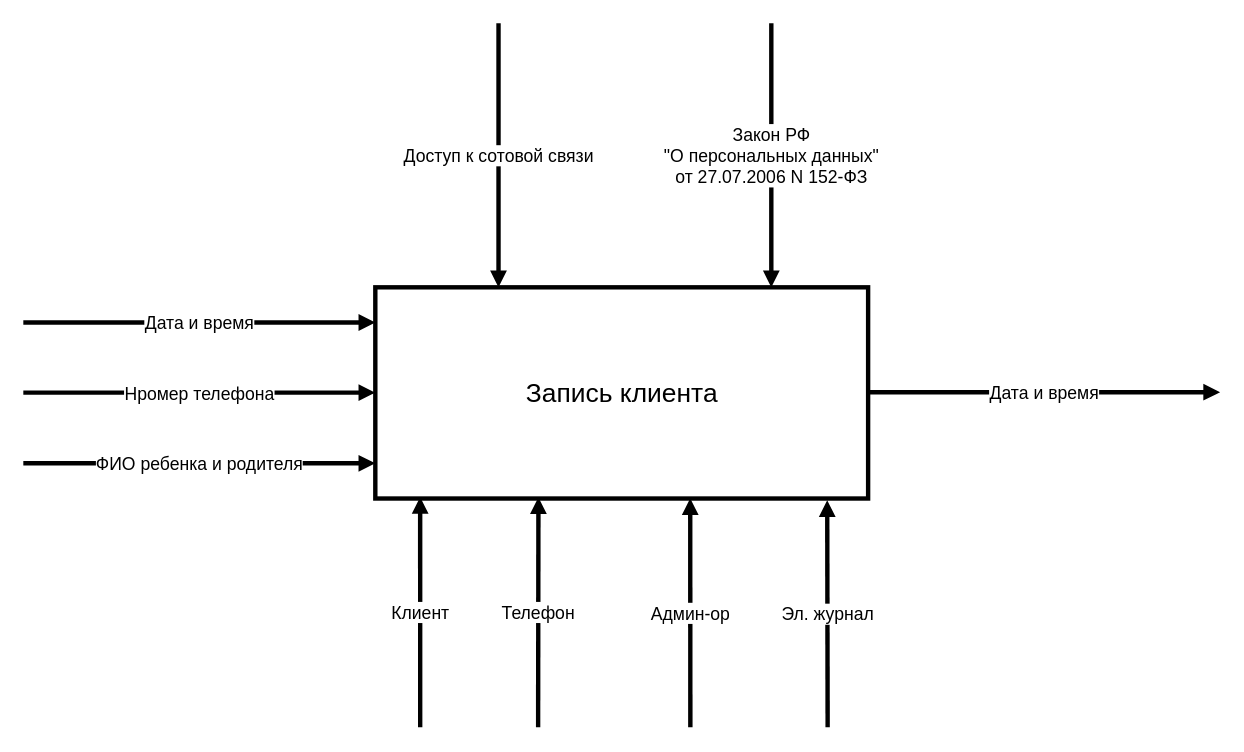
Earlier version of the draw.io diagram Untitled Diagram.drawio (kirillgladkih/diplom). Source tidied: cells renumbered, new cells numbered last; positions are measured from the earlier drawing's top-left corner, leaving out a move shared by most shapes. Both pictures are drawn from the tidied source at 88%, with x=0, y=0 at pixel (23, 23).
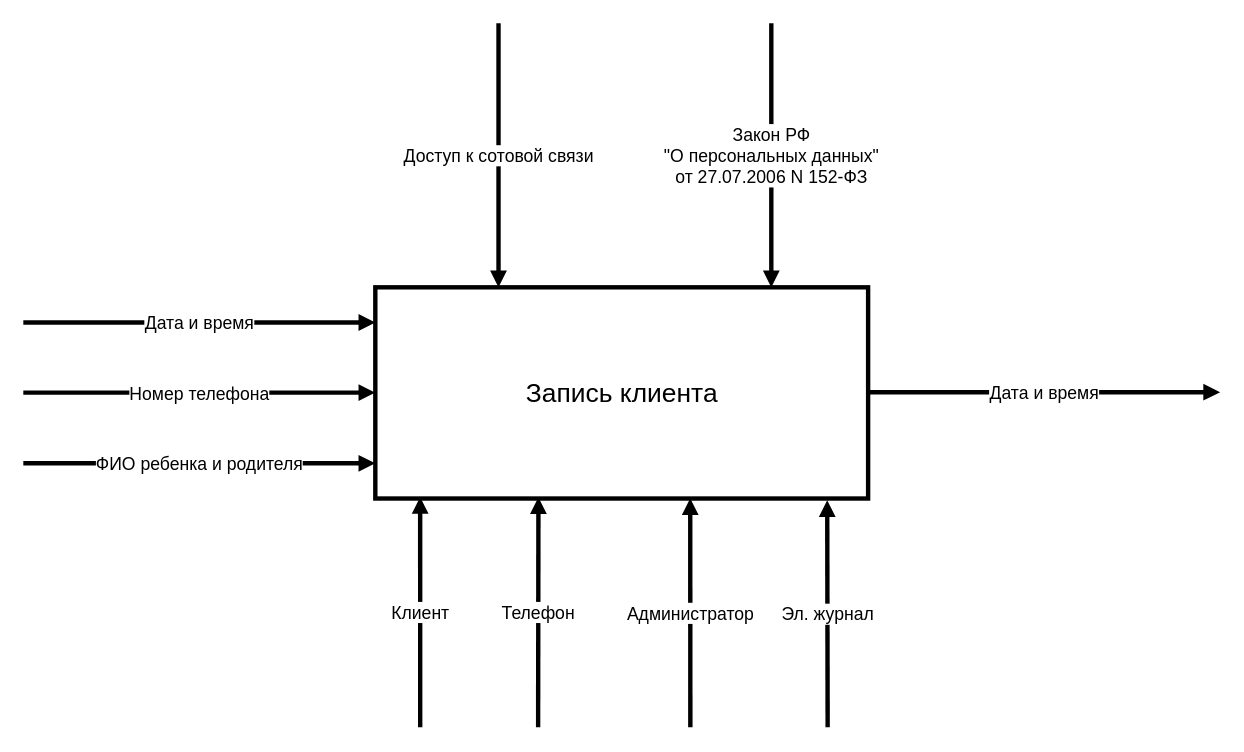
The same page after the edit.

Unchanged cells that the change refers to:
```xml
<mxCell id="8" value="&lt;font style=&quot;font-size: 30px&quot;&gt;Запись клиента&lt;br&gt;&lt;/font&gt;" style="html=1;strokeWidth=5;" parent="1" vertex="1">
  <mxGeometry x="400" y="300" width="560" height="240" as="geometry" />
</mxCell>
```

Diff of the diagram source:
```diff
@@
-    <mxCell id="5" value="&lt;font style=&quot;font-size: 20px&quot;&gt;Админ-ор&lt;/font&gt;" style="endArrow=block;endFill=1;endSize=6;html=1;strokeWidth=5;entryX=0.639;entryY=0.999;entryDx=0;entryDy=0;entryPerimeter=0;" parent="1" edge="1" target="8">
+    <mxCell id="5" value="&lt;font style=&quot;font-size: 20px&quot;&gt;Администратор&lt;br&gt;&lt;/font&gt;" style="endArrow=block;endFill=1;endSize=6;html=1;strokeWidth=5;entryX=0.639;entryY=0.999;entryDx=0;entryDy=0;entryPerimeter=0;" parent="1" edge="1" target="8">
       <mxGeometry relative="1" as="geometry">
         <mxPoint x="758" y="800" as="sourcePoint" />
       </mxGeometry>
     </mxCell>
@@
-    <mxCell id="11" value="&lt;font style=&quot;font-size: 20px&quot;&gt;Нромер телефона&lt;br&gt;&lt;/font&gt;" style="endArrow=block;endFill=1;endSize=6;html=1;strokeWidth=5;" parent="1" edge="1">
+    <mxCell id="11" value="&lt;font style=&quot;font-size: 20px&quot;&gt;Номер телефона&lt;br&gt;&lt;/font&gt;" style="endArrow=block;endFill=1;endSize=6;html=1;strokeWidth=5;" parent="1" edge="1">
       <mxGeometry relative="1" as="geometry">
         <mxPoint y="419.7" as="sourcePoint" />
         <mxPoint x="400" y="419.7" as="targetPoint" />
       </mxGeometry>
     </mxCell>
```
